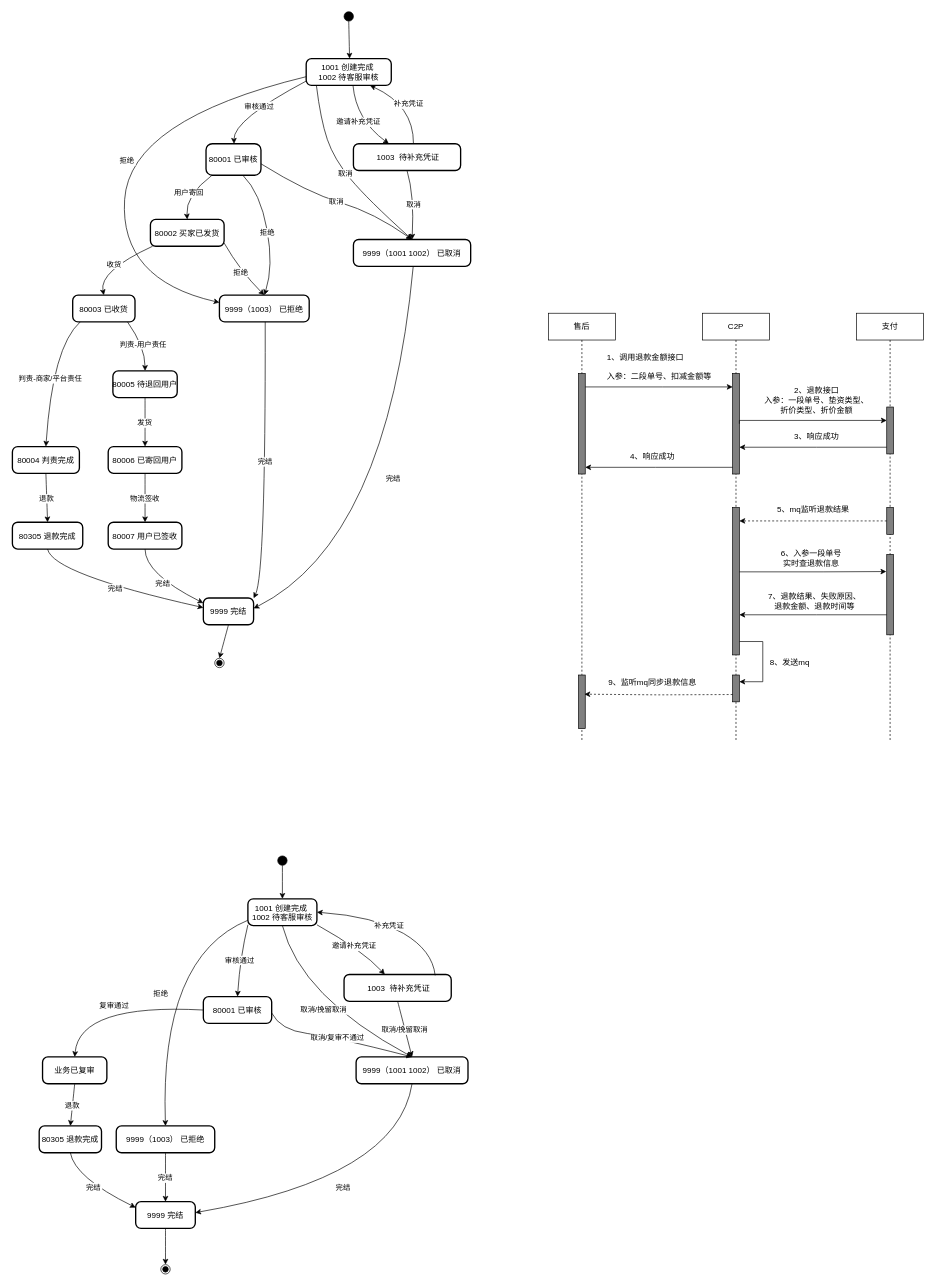
Earlier version of the draw.io diagram 售后单状态机.drawio (Eiji1422/diagrams). Source tidied: cells renumbered, new cells numbered last; positions are measured from the earlier drawing's top-left corner, leaving out a move shared by most shapes. Both pictures are drawn from the tidied source at 67%, with x=0, y=0 at pixel (12, 11).
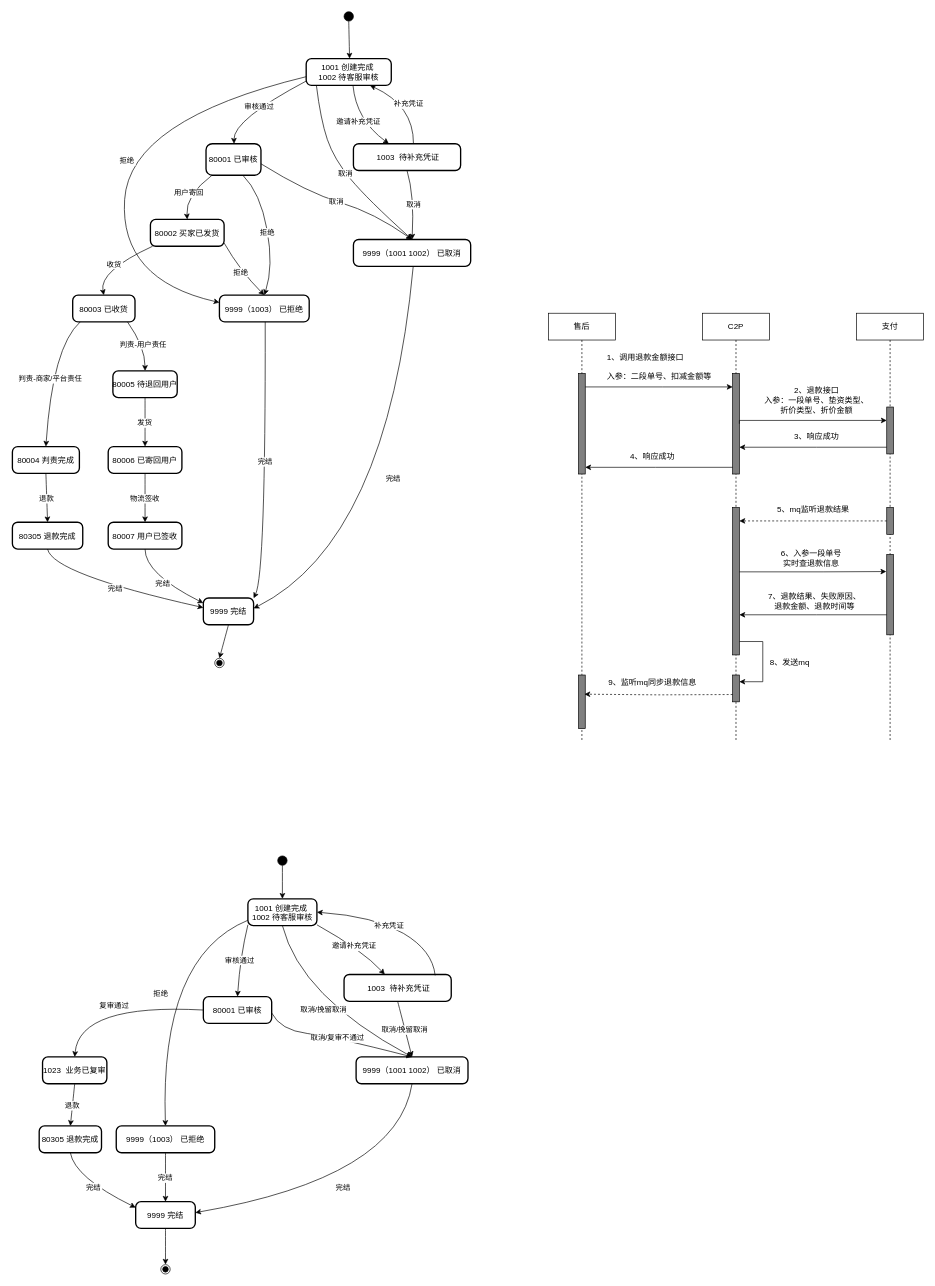
Above is the later version.

Commit message:
更新售后单状态机.drawio

The edit, as a diff of the source:
```diff
@@
-    <mxCell id="45" value="业务已复审" style="rounded=1;arcSize=20;strokeWidth=2;" parent="1" vertex="1">
+    <mxCell id="45" value="1023  业务已复审" style="rounded=1;arcSize=20;strokeWidth=2;" parent="1" vertex="1">
       <mxGeometry x="45" y="1560" width="96" height="40" as="geometry" />
     </mxCell>
```
